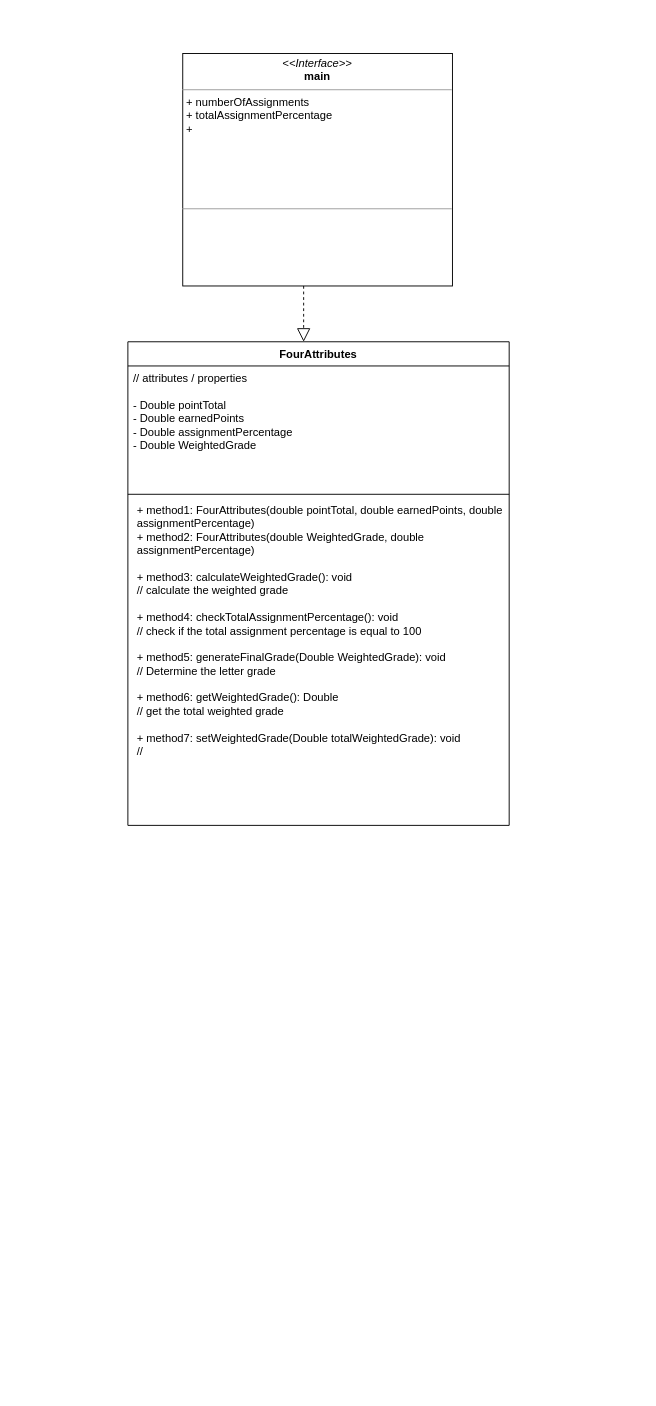
This is 未命名绘图.drawio from KaijieSongNEU/University-, a draw.io file, before an edit. Source tidied: cells renumbered, new cells numbered last; positions are measured from the earlier drawing's top-left corner, leaving out a move shared by most shapes. Both pictures are drawn from the tidied source at 93%, with x=0, y=0 at pixel (127, 53).
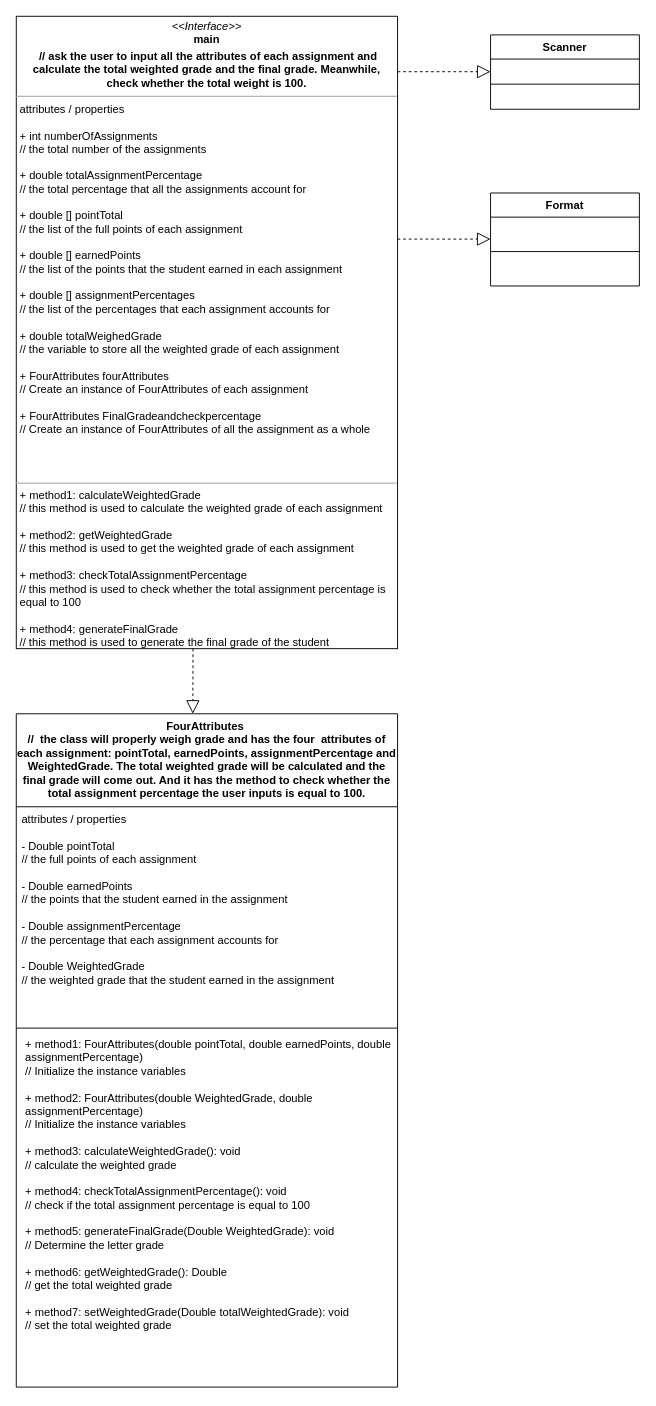
After the change.

Commit message:
更新未命名绘图.drawio

What changed in the source:
```diff
@@
 <mxGraphModel>
   <root>
     <mxCell id="0" />
     <mxCell id="1" parent="0" />
-    <mxCell id="2" value="&lt;b style=&quot;border-color: var(--border-color);&quot;&gt;FourAttributes&lt;/b&gt;" style="swimlane;fontStyle=1;align=center;verticalAlign=top;horizontal=1;startSize=26;whiteSpace=wrap;html=1;" parent="1" vertex="1">
-      <mxGeometry y="310" width="410" height="520" as="geometry" />
+    <mxCell id="2" value="&lt;b style=&quot;border-color: var(--border-color);&quot;&gt;FourAttributes&amp;nbsp;&lt;br&gt;// &amp;nbsp;the class will properly weigh grade and has the four &amp;nbsp;attributes of each assignment: pointTotal, earnedPoints, assignmentPercentage and WeightedGrade.&amp;nbsp;&lt;/b&gt;The total weighted grade will be calculated and the final grade will come out. And it has the method to check whether the total assignment percentage the user inputs is equal to 100." style="swimlane;fontStyle=1;align=center;verticalAlign=top;horizontal=1;startSize=100;whiteSpace=wrap;html=1;" parent="1" vertex="1">
+      <mxGeometry x="-120" y="710" width="410" height="724" as="geometry" />
     </mxCell>
-    <mxCell id="3" value="&lt;div style=&quot;border-color: var(--border-color);&quot;&gt;// attributes / properties&lt;/div&gt;&lt;div style=&quot;border-color: var(--border-color);&quot;&gt;&lt;br style=&quot;border-color: var(--border-color);&quot;&gt;&lt;/div&gt;&lt;div style=&quot;border-color: var(--border-color);&quot;&gt;- Double pointTotal&lt;/div&gt;&lt;div style=&quot;border-color: var(--border-color);&quot;&gt;- Double earnedPoints&lt;/div&gt;&lt;div style=&quot;border-color: var(--border-color);&quot;&gt;- Double assignmentPercentage&lt;/div&gt;&lt;div style=&quot;border-color: var(--border-color);&quot;&gt;- Double WeightedGrade&lt;/div&gt;" style="text;strokeColor=none;fillColor=none;align=left;verticalAlign=top;spacingLeft=4;spacingRight=4;overflow=hidden;whiteSpace=wrap;html=1;" parent="2" vertex="1">
-      <mxGeometry y="26" width="410" height="134" as="geometry" />
+    <mxCell id="3" value="&lt;div style=&quot;border-color: var(--border-color);&quot;&gt;attributes / properties&lt;/div&gt;&lt;div style=&quot;border-color: var(--border-color);&quot;&gt;&lt;br style=&quot;border-color: var(--border-color);&quot;&gt;&lt;/div&gt;&lt;div style=&quot;border-color: var(--border-color);&quot;&gt;- Double pointTotal&lt;/div&gt;&lt;div style=&quot;border-color: var(--border-color);&quot;&gt;// the full points of each assignment&lt;/div&gt;&lt;div style=&quot;border-color: var(--border-color);&quot;&gt;&lt;br&gt;&lt;/div&gt;&lt;div style=&quot;border-color: var(--border-color);&quot;&gt;- Double earnedPoints&lt;/div&gt;&lt;div style=&quot;border-color: var(--border-color);&quot;&gt;// the points that the student earned in the assignment&lt;/div&gt;&lt;div style=&quot;border-color: var(--border-color);&quot;&gt;&lt;br&gt;&lt;/div&gt;&lt;div style=&quot;border-color: var(--border-color);&quot;&gt;- Double assignmentPercentage&lt;/div&gt;&lt;div style=&quot;border-color: var(--border-color);&quot;&gt;// the percentage that each assignment accounts for&lt;/div&gt;&lt;div style=&quot;border-color: var(--border-color);&quot;&gt;&lt;br&gt;&lt;/div&gt;&lt;div style=&quot;border-color: var(--border-color);&quot;&gt;- Double WeightedGrade&lt;/div&gt;&lt;div style=&quot;border-color: var(--border-color);&quot;&gt;// the weighted grade that the student earned in the assignment&amp;nbsp;&lt;/div&gt;" style="text;strokeColor=none;fillColor=none;align=left;verticalAlign=top;spacingLeft=4;spacingRight=4;overflow=hidden;whiteSpace=wrap;html=1;" parent="2" vertex="1">
+      <mxGeometry y="100" width="410" height="234" as="geometry" />
     </mxCell>
     <mxCell id="4" style="line;strokeWidth=1;fillColor=none;align=left;verticalAlign=middle;spacingTop=-1;spacingLeft=3;spacingRight=3;labelPosition=right;strokeColor=inherit;" parent="2" vertex="1">
-      <mxGeometry y="160" width="410" height="8" as="geometry" />
+      <mxGeometry y="334" width="410" height="8" as="geometry" />
     </mxCell>
-    <mxCell id="5" value="&lt;p style=&quot;border-color: var(--border-color); margin: 0px 0px 0px 4px;&quot;&gt;+ method1: FourAttributes(double pointTotal, double earnedPoints, double assignmentPercentage)&lt;/p&gt;&lt;p style=&quot;border-color: var(--border-color); margin: 0px 0px 0px 4px;&quot;&gt;+ method2: FourAttributes(double WeightedGrade, double assignmentPercentage)&lt;/p&gt;&lt;p style=&quot;border-color: var(--border-color); margin: 0px 0px 0px 4px;&quot;&gt;&lt;br&gt;&lt;/p&gt;&lt;p style=&quot;border-color: var(--border-color); margin: 0px 0px 0px 4px;&quot;&gt;+ method3:&amp;nbsp;calculateWeightedGrade(): void&lt;/p&gt;&lt;p style=&quot;border-color: var(--border-color); margin: 0px 0px 0px 4px;&quot;&gt;// calculate the weighted grade&lt;/p&gt;&lt;p style=&quot;border-color: var(--border-color); margin: 0px 0px 0px 4px;&quot;&gt;&lt;br&gt;&lt;/p&gt;&lt;p style=&quot;border-color: var(--border-color); margin: 0px 0px 0px 4px;&quot;&gt;+ method4:&amp;nbsp;checkTotalAssignmentPercentage(): void&lt;br&gt;&lt;/p&gt;&lt;p style=&quot;border-color: var(--border-color); margin: 0px 0px 0px 4px;&quot;&gt;// check if the total assignment percentage is equal to 100&lt;/p&gt;&lt;p style=&quot;border-color: var(--border-color); margin: 0px 0px 0px 4px;&quot;&gt;&lt;br&gt;&lt;/p&gt;&lt;p style=&quot;border-color: var(--border-color); margin: 0px 0px 0px 4px;&quot;&gt;+ method5:&amp;nbsp;generateFinalGrade(Double WeightedGrade): void&lt;/p&gt;&lt;p style=&quot;border-color: var(--border-color); margin: 0px 0px 0px 4px;&quot;&gt;//&amp;nbsp;Determine the letter grade&lt;/p&gt;&lt;p style=&quot;border-color: var(--border-color); margin: 0px 0px 0px 4px;&quot;&gt;&lt;br&gt;&lt;/p&gt;&lt;p style=&quot;border-color: var(--border-color); margin: 0px 0px 0px 4px;&quot;&gt;+ method6:&amp;nbsp;getWeightedGrade(): Double&lt;/p&gt;&lt;p style=&quot;border-color: var(--border-color); margin: 0px 0px 0px 4px;&quot;&gt;// get the total weighted grade&lt;/p&gt;&lt;p style=&quot;border-color: var(--border-color); margin: 0px 0px 0px 4px;&quot;&gt;&lt;br&gt;&lt;/p&gt;&lt;p style=&quot;border-color: var(--border-color); margin: 0px 0px 0px 4px;&quot;&gt;+ method7:&amp;nbsp;setWeightedGrade(Double totalWeightedGrade): void&lt;/p&gt;&lt;p style=&quot;border-color: var(--border-color); margin: 0px 0px 0px 4px;&quot;&gt;//&lt;/p&gt;" style="text;strokeColor=none;fillColor=none;align=left;verticalAlign=top;spacingLeft=4;spacingRight=4;overflow=hidden;whiteSpace=wrap;html=1;" parent="2" vertex="1">
-      <mxGeometry y="168" width="410" height="352" as="geometry" />
+    <mxCell id="5" value="&lt;p style=&quot;border-color: var(--border-color); margin: 0px 0px 0px 4px;&quot;&gt;+ method1: FourAttributes(double pointTotal, double earnedPoints, double assignmentPercentage)&lt;/p&gt;&lt;p style=&quot;border-color: var(--border-color); margin: 0px 0px 0px 4px;&quot;&gt;//&amp;nbsp;Initialize the instance variables&lt;/p&gt;&lt;p style=&quot;border-color: var(--border-color); margin: 0px 0px 0px 4px;&quot;&gt;&lt;br&gt;&lt;/p&gt;&lt;p style=&quot;border-color: var(--border-color); margin: 0px 0px 0px 4px;&quot;&gt;+ method2: FourAttributes(double WeightedGrade, double assignmentPercentage)&lt;/p&gt;&lt;p style=&quot;border-color: var(--border-color); margin: 0px 0px 0px 4px;&quot;&gt;// Initialize the instance variables&lt;/p&gt;&lt;p style=&quot;border-color: var(--border-color); margin: 0px 0px 0px 4px;&quot;&gt;&lt;br&gt;&lt;/p&gt;&lt;p style=&quot;border-color: var(--border-color); margin: 0px 0px 0px 4px;&quot;&gt;+ method3:&amp;nbsp;calculateWeightedGrade(): void&lt;/p&gt;&lt;p style=&quot;border-color: var(--border-color); margin: 0px 0px 0px 4px;&quot;&gt;// calculate the weighted grade&lt;/p&gt;&lt;p style=&quot;border-color: var(--border-color); margin: 0px 0px 0px 4px;&quot;&gt;&lt;br&gt;&lt;/p&gt;&lt;p style=&quot;border-color: var(--border-color); margin: 0px 0px 0px 4px;&quot;&gt;+ method4:&amp;nbsp;checkTotalAssignmentPercentage(): void&lt;br&gt;&lt;/p&gt;&lt;p style=&quot;border-color: var(--border-color); margin: 0px 0px 0px 4px;&quot;&gt;// check if the total assignment percentage is equal to 100&lt;/p&gt;&lt;p style=&quot;border-color: var(--border-color); margin: 0px 0px 0px 4px;&quot;&gt;&lt;br&gt;&lt;/p&gt;&lt;p style=&quot;border-color: var(--border-color); margin: 0px 0px 0px 4px;&quot;&gt;+ method5:&amp;nbsp;generateFinalGrade(Double WeightedGrade): void&lt;/p&gt;&lt;p style=&quot;border-color: var(--border-color); margin: 0px 0px 0px 4px;&quot;&gt;//&amp;nbsp;Determine the letter grade&lt;/p&gt;&lt;p style=&quot;border-color: var(--border-color); margin: 0px 0px 0px 4px;&quot;&gt;&lt;br&gt;&lt;/p&gt;&lt;p style=&quot;border-color: var(--border-color); margin: 0px 0px 0px 4px;&quot;&gt;+ method6:&amp;nbsp;getWeightedGrade(): Double&lt;/p&gt;&lt;p style=&quot;border-color: var(--border-color); margin: 0px 0px 0px 4px;&quot;&gt;// get the total weighted grade&lt;/p&gt;&lt;p style=&quot;border-color: var(--border-color); margin: 0px 0px 0px 4px;&quot;&gt;&lt;br&gt;&lt;/p&gt;&lt;p style=&quot;border-color: var(--border-color); margin: 0px 0px 0px 4px;&quot;&gt;+ method7:&amp;nbsp;setWeightedGrade(Double totalWeightedGrade): void&lt;/p&gt;&lt;p style=&quot;border-color: var(--border-color); margin: 0px 0px 0px 4px;&quot;&gt;// set the total weighted grade&lt;/p&gt;" style="text;strokeColor=none;fillColor=none;align=left;verticalAlign=top;spacingLeft=4;spacingRight=4;overflow=hidden;whiteSpace=wrap;html=1;" parent="2" vertex="1">
+      <mxGeometry y="342" width="410" height="382" as="geometry" />
     </mxCell>
-    <mxCell id="6" value="&lt;p style=&quot;margin:0px;margin-top:4px;text-align:center;&quot;&gt;&lt;i&gt;&amp;lt;&amp;lt;Interface&amp;gt;&amp;gt;&lt;/i&gt;&lt;br&gt;&lt;b&gt;main&lt;/b&gt;&lt;/p&gt;&lt;hr size=&quot;1&quot;&gt;&lt;p style=&quot;margin:0px;margin-left:4px;&quot;&gt;+ numberOfAssignments&lt;/p&gt;&lt;p style=&quot;margin:0px;margin-left:4px;&quot;&gt;+ totalAssignmentPercentage&lt;/p&gt;&lt;p style=&quot;margin:0px;margin-left:4px;&quot;&gt;+&amp;nbsp;&lt;/p&gt;&lt;p style=&quot;margin:0px;margin-left:4px;&quot;&gt;&lt;br&gt;&lt;/p&gt;&lt;p style=&quot;margin:0px;margin-left:4px;&quot;&gt;&lt;br&gt;&lt;/p&gt;&lt;p style=&quot;margin:0px;margin-left:4px;&quot;&gt;&lt;br&gt;&lt;/p&gt;&lt;p style=&quot;margin:0px;margin-left:4px;&quot;&gt;&lt;br&gt;&lt;/p&gt;&lt;p style=&quot;margin:0px;margin-left:4px;&quot;&gt;&lt;br&gt;&lt;/p&gt;&lt;hr size=&quot;1&quot;&gt;&lt;p style=&quot;margin:0px;margin-left:4px;&quot;&gt;&lt;br&gt;&lt;/p&gt;" style="verticalAlign=top;align=left;overflow=fill;html=1;whiteSpace=wrap;" parent="1" vertex="1">
-      <mxGeometry x="59" width="290" height="250" as="geometry" />
+    <mxCell id="6" value="&lt;p style=&quot;margin:0px;margin-top:4px;text-align:center;&quot;&gt;&lt;i&gt;&amp;lt;&amp;lt;Interface&amp;gt;&amp;gt;&lt;/i&gt;&lt;br&gt;&lt;b&gt;main&lt;/b&gt;&lt;/p&gt;&lt;p style=&quot;margin:0px;margin-top:4px;text-align:center;&quot;&gt;&lt;b&gt;&amp;nbsp;// ask the user to input all the attributes of each assignment and calculate the total weighted grade and the final grade. Meanwhile, check whether the total weight is 100.&lt;/b&gt;&lt;/p&gt;&lt;hr size=&quot;1&quot;&gt;&lt;p style=&quot;margin:0px;margin-left:4px;&quot;&gt;attributes / properties&lt;br&gt;&lt;/p&gt;&lt;p style=&quot;margin:0px;margin-left:4px;&quot;&gt;&lt;br&gt;&lt;/p&gt;&lt;p style=&quot;margin:0px;margin-left:4px;&quot;&gt;+ int numberOfAssignments&lt;/p&gt;&lt;p style=&quot;margin:0px;margin-left:4px;&quot;&gt;// the total number of the assignments&lt;/p&gt;&lt;p style=&quot;margin:0px;margin-left:4px;&quot;&gt;&lt;br&gt;&lt;/p&gt;&lt;p style=&quot;margin:0px;margin-left:4px;&quot;&gt;+ double totalAssignmentPercentage&lt;/p&gt;&lt;p style=&quot;margin:0px;margin-left:4px;&quot;&gt;// the total percentage that all the assignments account for&lt;/p&gt;&lt;p style=&quot;margin:0px;margin-left:4px;&quot;&gt;&amp;nbsp;&lt;/p&gt;&lt;p style=&quot;margin:0px;margin-left:4px;&quot;&gt;+&amp;nbsp;double [] pointTotal&lt;/p&gt;&lt;p style=&quot;margin:0px;margin-left:4px;&quot;&gt;// the list of the full points of each assignment&lt;/p&gt;&lt;p style=&quot;margin:0px;margin-left:4px;&quot;&gt;&lt;br&gt;&lt;/p&gt;&lt;p style=&quot;border-color: var(--border-color); margin: 0px 0px 0px 4px;&quot;&gt;+ double []&amp;nbsp;earnedPoints&amp;nbsp;&lt;/p&gt;&lt;p style=&quot;border-color: var(--border-color); margin: 0px 0px 0px 4px;&quot;&gt;// the list of the points that the student earned in each assignment&lt;/p&gt;&lt;p style=&quot;border-color: var(--border-color); margin: 0px 0px 0px 4px;&quot;&gt;&lt;br style=&quot;border-color: var(--border-color);&quot;&gt;&lt;/p&gt;&lt;p style=&quot;border-color: var(--border-color); margin: 0px 0px 0px 4px;&quot;&gt;+ double [] assignmentPercentages&lt;/p&gt;&lt;p style=&quot;border-color: var(--border-color); margin: 0px 0px 0px 4px;&quot;&gt;// the list of the percentages that each assignment accounts for&lt;/p&gt;&lt;p style=&quot;border-color: var(--border-color); margin: 0px 0px 0px 4px;&quot;&gt;&lt;br style=&quot;border-color: var(--border-color);&quot;&gt;&lt;/p&gt;&lt;p style=&quot;border-color: var(--border-color); margin: 0px 0px 0px 4px;&quot;&gt;+ double totalWeighedGrade&lt;/p&gt;&lt;p style=&quot;border-color: var(--border-color); margin: 0px 0px 0px 4px;&quot;&gt;// the variable to store all the weighted grade of each assignment&lt;/p&gt;&lt;p style=&quot;border-color: var(--border-color); margin: 0px 0px 0px 4px;&quot;&gt;&lt;br style=&quot;border-color: var(--border-color);&quot;&gt;&lt;/p&gt;&lt;p style=&quot;border-color: var(--border-color); margin: 0px 0px 0px 4px;&quot;&gt;+&amp;nbsp;FourAttributes fourAttributes&amp;nbsp;&lt;/p&gt;&lt;p style=&quot;border-color: var(--border-color); margin: 0px 0px 0px 4px;&quot;&gt;//&amp;nbsp;Create an instance of FourAttributes of each assignment&lt;/p&gt;&lt;p style=&quot;border-color: var(--border-color); margin: 0px 0px 0px 4px;&quot;&gt;&lt;br style=&quot;border-color: var(--border-color);&quot;&gt;&lt;/p&gt;&lt;p style=&quot;border-color: var(--border-color); margin: 0px 0px 0px 4px;&quot;&gt;+ FourAttributes FinalGradeandcheckpercentage&lt;/p&gt;&lt;p style=&quot;border-color: var(--border-color); margin: 0px 0px 0px 4px;&quot;&gt;//&amp;nbsp;Create an instance of FourAttributes of all the assignment as a whole&lt;/p&gt;&lt;p style=&quot;margin:0px;margin-left:4px;&quot;&gt;&lt;br&gt;&lt;/p&gt;&lt;p style=&quot;margin:0px;margin-left:4px;&quot;&gt;&lt;br&gt;&lt;/p&gt;&lt;p style=&quot;margin:0px;margin-left:4px;&quot;&gt;&lt;br&gt;&lt;/p&gt;&lt;hr size=&quot;1&quot;&gt;&lt;p style=&quot;margin:0px;margin-left:4px;&quot;&gt;+ method1:&amp;nbsp;calculateWeightedGrade&lt;/p&gt;&lt;p style=&quot;margin:0px;margin-left:4px;&quot;&gt;// this method is used to calculate the weighted grade of each assignment&amp;nbsp;&lt;/p&gt;&lt;p style=&quot;margin:0px;margin-left:4px;&quot;&gt;&lt;br&gt;&lt;/p&gt;&lt;p style=&quot;margin:0px;margin-left:4px;&quot;&gt;+ method2:&amp;nbsp;getWeightedGrade&lt;/p&gt;&lt;p style=&quot;margin:0px;margin-left:4px;&quot;&gt;// this method is used to get the weighted grade of each assignment&lt;/p&gt;&lt;p style=&quot;margin:0px;margin-left:4px;&quot;&gt;&lt;br&gt;&lt;/p&gt;&lt;p style=&quot;margin:0px;margin-left:4px;&quot;&gt;+ method3:&amp;nbsp;checkTotalAssignmentPercentage&lt;/p&gt;&lt;p style=&quot;margin:0px;margin-left:4px;&quot;&gt;// this method is used to check whether the total assignment percentage is&amp;nbsp;&lt;/p&gt;&lt;p style=&quot;margin:0px;margin-left:4px;&quot;&gt;equal to 100&lt;/p&gt;&lt;p style=&quot;margin:0px;margin-left:4px;&quot;&gt;&lt;br&gt;&lt;/p&gt;&lt;p style=&quot;margin:0px;margin-left:4px;&quot;&gt;+ method4:&amp;nbsp;generateFinalGrade&lt;/p&gt;&lt;p style=&quot;margin:0px;margin-left:4px;&quot;&gt;// this method is used to generate the final grade of the student&amp;nbsp;&lt;/p&gt;" style="verticalAlign=top;align=left;overflow=fill;html=1;whiteSpace=wrap;" parent="1" vertex="1">
+      <mxGeometry x="-120" y="-40" width="410" height="680" as="geometry" />
     </mxCell>
-    <mxCell id="7" style="endArrow=block;dashed=1;endFill=0;endSize=12;html=1;rounded=0;" parent="1" edge="1">
-      <mxGeometry relative="1" as="geometry">
-        <mxPoint x="189" y="250" as="sourcePoint" />
-        <mxPoint x="189" y="310" as="targetPoint" />
-      </mxGeometry>
-    </mxCell>
+    <mxCell id="8" value="Scanner" style="swimlane;fontStyle=1;align=center;verticalAlign=top;horizontal=1;startSize=26;whiteSpace=wrap;html=1;" parent="1" vertex="1">
+      <mxGeometry x="390" y="-20" width="160" height="80" as="geometry" />
+    </mxCell>
+    <mxCell id="9" style="line;strokeWidth=1;fillColor=none;align=left;verticalAlign=middle;spacingTop=-1;spacingLeft=3;spacingRight=3;labelPosition=right;strokeColor=inherit;" parent="8" vertex="1">
+      <mxGeometry y="26" width="160" height="54" as="geometry" />
+    </mxCell>
+    <mxCell id="10" value="Format" style="swimlane;fontStyle=1;align=center;verticalAlign=top;horizontal=1;startSize=26;whiteSpace=wrap;html=1;" parent="1" vertex="1">
+      <mxGeometry x="390" y="150" width="160" height="100" as="geometry" />
+    </mxCell>
+    <mxCell id="11" style="line;strokeWidth=1;fillColor=none;align=left;verticalAlign=middle;spacingTop=-1;spacingLeft=3;spacingRight=3;labelPosition=right;strokeColor=inherit;" parent="10" vertex="1">
+      <mxGeometry y="26" width="160" height="74" as="geometry" />
+    </mxCell>
+    <mxCell id="12" style="endArrow=block;dashed=1;endFill=0;endSize=12;html=1;rounded=0;" parent="1" edge="1">
+      <mxGeometry relative="1" as="geometry">
+        <mxPoint x="290" y="19.6" as="sourcePoint" />
+        <mxPoint x="390" y="19.6" as="targetPoint" />
+      </mxGeometry>
+    </mxCell>
+    <mxCell id="13" style="endArrow=block;dashed=1;endFill=0;endSize=12;html=1;rounded=0;" parent="1" edge="1">
+      <mxGeometry relative="1" as="geometry">
+        <mxPoint x="290" y="199.6" as="sourcePoint" />
+        <mxPoint x="390" y="199.6" as="targetPoint" />
+      </mxGeometry>
+    </mxCell>
+    <mxCell id="14" style="endArrow=block;dashed=1;endFill=0;endSize=12;html=1;rounded=0;entryX=0.463;entryY=0;entryDx=0;entryDy=0;entryPerimeter=0;" parent="1" edge="1" target="2">
+      <mxGeometry relative="1" as="geometry">
+        <mxPoint x="70" y="640" as="sourcePoint" />
+        <Array as="points">
+          <mxPoint x="70" y="660" />
+        </Array>
+      </mxGeometry>
+    </mxCell>
   </root>
 </mxGraphModel>
```
